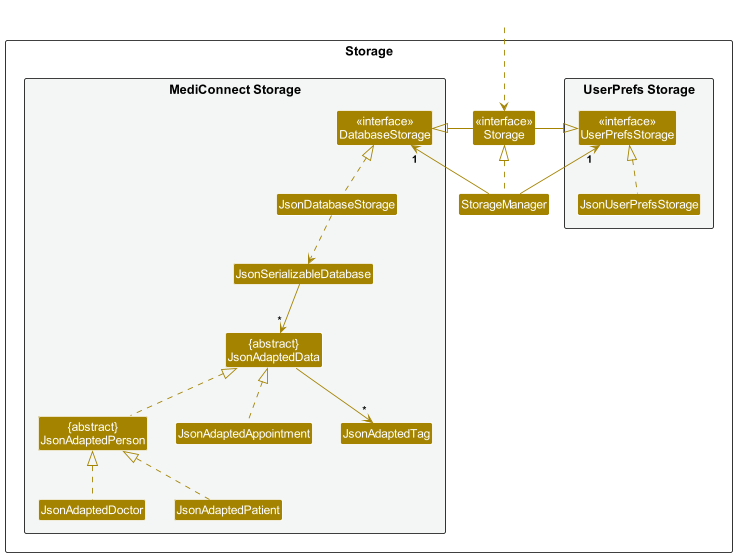
This is docs/images/StorageClassDiagram.png from yanghengtang/tp, a PlantUML export, as it was before one commit. Source of this version:
```plantuml
@startuml
!include style.puml
skinparam arrowThickness 1.1
skinparam arrowColor STORAGE_COLOR
skinparam classBackgroundColor STORAGE_COLOR

package Storage as StoragePackage {

package "UserPrefs Storage" #F4F6F6{
Class "<<interface>>\nUserPrefsStorage" as UserPrefsStorage
Class JsonUserPrefsStorage
}

Class "<<interface>>\nStorage" as Storage
Class StorageManager

package "MediConnect Storage" #F4F6F6{
Class "<<interface>>\nDatabaseStorage" as DatabaseStorage
Class JsonDatabaseStorage
Class JsonSerializableDatabase
Class "{abstract}\nJsonAdaptedData" as JsonAdaptedData
Class "{abstract}\nJsonAdaptedPerson" as JsonAdaptedPerson
Class JsonAdaptedAppointment
Class JsonAdaptedDoctor
Class JsonAdaptedPatient
Class JsonAdaptedTag
}

}

Class HiddenOutside #FFFFFF
HiddenOutside ..> Storage

StorageManager .up.|> Storage
StorageManager -up-> "1" UserPrefsStorage
StorageManager -up-> "1" DatabaseStorage

Storage -left-|> UserPrefsStorage
Storage -right-|> DatabaseStorage

JsonUserPrefsStorage .up.|> UserPrefsStorage
JsonDatabaseStorage .up.|> DatabaseStorage
JsonDatabaseStorage ..> JsonSerializableDatabase
JsonSerializableDatabase --> "*" JsonAdaptedData
JsonAdaptedAppointment .up.|> JsonAdaptedData
JsonAdaptedPerson .up.|> JsonAdaptedData
JsonAdaptedPatient .up.|> JsonAdaptedPerson
JsonAdaptedDoctor .up.|> JsonAdaptedPerson
JsonAdaptedData --> "*" JsonAdaptedTag

@enduml
```
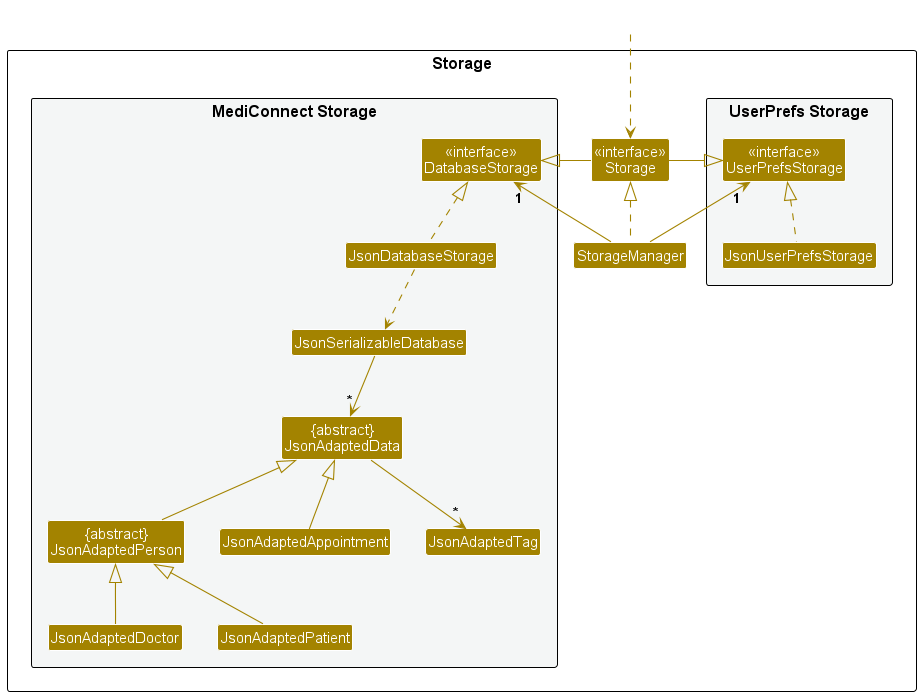
Later version of the same file.

Change to the diagram source:
```diff
@@ -42,10 +42,10 @@
 JsonDatabaseStorage .up.|> DatabaseStorage
 JsonDatabaseStorage ..> JsonSerializableDatabase
 JsonSerializableDatabase --> "*" JsonAdaptedData
-JsonAdaptedAppointment .up.|> JsonAdaptedData
-JsonAdaptedPerson .up.|> JsonAdaptedData
-JsonAdaptedPatient .up.|> JsonAdaptedPerson
-JsonAdaptedDoctor .up.|> JsonAdaptedPerson
+JsonAdaptedAppointment -up-|> JsonAdaptedData
+JsonAdaptedPerson -up-|> JsonAdaptedData
+JsonAdaptedPatient -up-|> JsonAdaptedPerson
+JsonAdaptedDoctor -up-|> JsonAdaptedPerson
 JsonAdaptedData --> "*" JsonAdaptedTag
 
 @enduml
```
